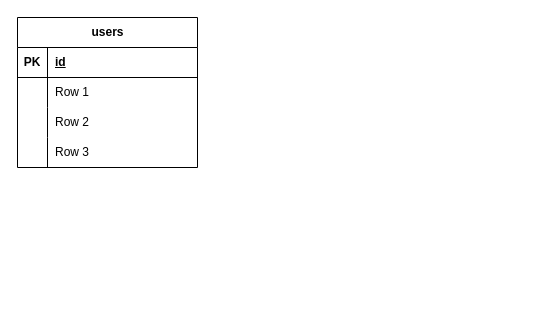
This is terjadwal.drawio from azmiadhani/diagramsnet, a draw.io file, before an edit. Source tidied: cells renumbered, new cells numbered last; positions are measured from the earlier drawing's top-left corner, leaving out a move shared by most shapes. Both pictures are drawn from the tidied source at 100%, with x=0, y=0 at pixel (17, 17).
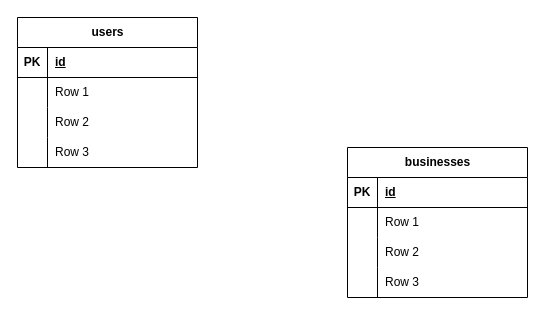
After the change.

What changed in the source:
```diff
@@
+    <mxCell id="15" value="businesses" style="shape=table;startSize=30;childLayout=tableLayout;rowLines=0;fontStyle=1;align=center;html=1;" parent="1" vertex="1">
+      <mxGeometry x="330" y="130" width="180" height="150" as="geometry" />
+    </mxCell>
+    <mxCell id="16" style="shape=tableRow;horizontal=0;startSize=0;swimlaneHead=0;swimlaneBody=0;fillColor=none;top=0;left=0;right=0;bottom=1;" parent="15" vertex="1">
+      <mxGeometry y="30" width="180" height="30" as="geometry" />
+    </mxCell>
+    <mxCell id="17" value="PK" style="shape=partialRectangle;fillColor=none;top=0;left=0;bottom=0;right=0;fontStyle=1;overflow=hidden;whiteSpace=wrap;html=1;" parent="16" vertex="1">
+      <mxGeometry width="30" height="30" as="geometry" />
+    </mxCell>
+    <mxCell id="18" value="id" style="shape=partialRectangle;fillColor=none;top=0;left=0;bottom=0;right=0;align=left;spacingLeft=6;fontStyle=5;overflow=hidden;whiteSpace=wrap;html=1;" parent="16" vertex="1">
+      <mxGeometry x="30" width="150" height="30" as="geometry" />
+    </mxCell>
+    <mxCell id="19" style="shape=tableRow;horizontal=0;startSize=0;swimlaneHead=0;swimlaneBody=0;fillColor=none;top=0;left=0;right=0;bottom=0;" parent="15" vertex="1">
+      <mxGeometry y="60" width="180" height="30" as="geometry" />
+    </mxCell>
+    <mxCell id="20" style="shape=partialRectangle;fillColor=none;top=0;left=0;bottom=0;right=0;overflow=hidden;whiteSpace=wrap;html=1;" parent="19" vertex="1">
+      <mxGeometry width="30" height="30" as="geometry" />
+    </mxCell>
+    <mxCell id="21" value="Row 1" style="shape=partialRectangle;fillColor=none;top=0;left=0;bottom=0;right=0;align=left;spacingLeft=6;overflow=hidden;whiteSpace=wrap;html=1;" parent="19" vertex="1">
+      <mxGeometry x="30" width="150" height="30" as="geometry" />
+    </mxCell>
+    <mxCell id="22" style="shape=tableRow;horizontal=0;startSize=0;swimlaneHead=0;swimlaneBody=0;fillColor=none;top=0;left=0;right=0;bottom=0;" parent="15" vertex="1">
+      <mxGeometry y="90" width="180" height="30" as="geometry" />
+    </mxCell>
+    <mxCell id="23" style="shape=partialRectangle;fillColor=none;top=0;left=0;bottom=0;right=0;overflow=hidden;whiteSpace=wrap;html=1;" parent="22" vertex="1">
+      <mxGeometry width="30" height="30" as="geometry" />
+    </mxCell>
+    <mxCell id="24" value="Row 2" style="shape=partialRectangle;fillColor=none;top=0;left=0;bottom=0;right=0;align=left;spacingLeft=6;overflow=hidden;whiteSpace=wrap;html=1;" parent="22" vertex="1">
+      <mxGeometry x="30" width="150" height="30" as="geometry" />
+    </mxCell>
+    <mxCell id="25" style="shape=tableRow;horizontal=0;startSize=0;swimlaneHead=0;swimlaneBody=0;fillColor=none;top=0;left=0;right=0;bottom=0;" parent="15" vertex="1">
+      <mxGeometry y="120" width="180" height="30" as="geometry" />
+    </mxCell>
+    <mxCell id="26" style="shape=partialRectangle;fillColor=none;top=0;left=0;bottom=0;right=0;overflow=hidden;whiteSpace=wrap;html=1;" parent="25" vertex="1">
+      <mxGeometry width="30" height="30" as="geometry" />
+    </mxCell>
+    <mxCell id="27" value="Row 3" style="shape=partialRectangle;fillColor=none;top=0;left=0;bottom=0;right=0;align=left;spacingLeft=6;overflow=hidden;whiteSpace=wrap;html=1;" parent="25" vertex="1">
+      <mxGeometry x="30" width="150" height="30" as="geometry" />
+    </mxCell>
```
